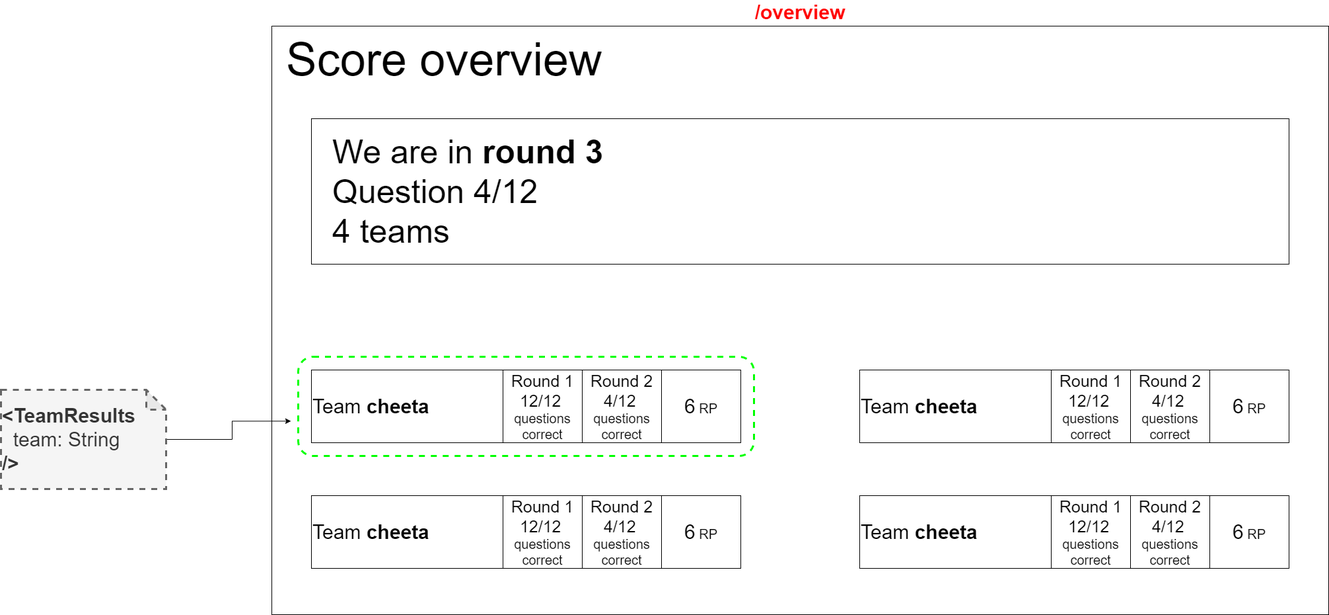
The draw.io diagram docs/wireframes-with-react-components/scoreboard-overview.png in IkBenDeSjaak/Quizzer, before a commit. Source tidied: cells renumbered, new cells last; positions are measured from the earlier drawing's top-left corner, leaving out a move shared by most shapes.
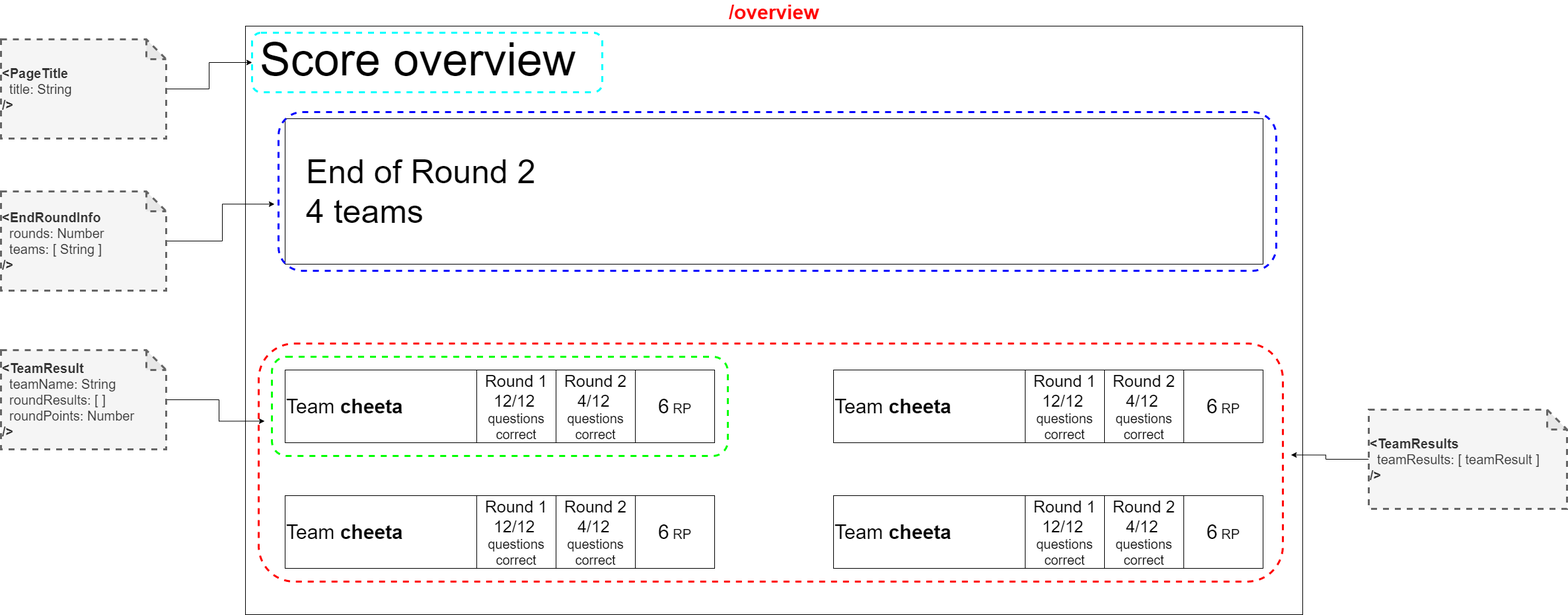
After the change.

The edit, as a diff of the source:
```diff
@@ -20,7 +20,7 @@
     <mxCell id="7" style="rounded=0;whiteSpace=wrap;html=1;" parent="1" vertex="1">
       <mxGeometry x="470" y="140" width="1480" height="220" as="geometry" />
     </mxCell>
-    <mxCell id="8" value="&lt;font style=&quot;font-size: 50px&quot;&gt;We are in &lt;b&gt;round 3&lt;/b&gt;&lt;br&gt;Question 4/12&lt;br&gt;4 teams&lt;br&gt;&lt;/font&gt;" style="text;html=1;strokeColor=none;fillColor=none;align=left;verticalAlign=middle;whiteSpace=wrap;rounded=0;" parent="1" vertex="1">
+    <mxCell id="8" value="&lt;font style=&quot;font-size: 50px&quot;&gt;End of Round 2&lt;br&gt;4 teams&lt;br&gt;&lt;/font&gt;" style="text;html=1;strokeColor=none;fillColor=none;align=left;verticalAlign=middle;whiteSpace=wrap;rounded=0;" parent="1" vertex="1">
       <mxGeometry x="500" y="140" width="490" height="220" as="geometry" />
     </mxCell>
     <mxCell id="9" value="&lt;font style=&quot;font-size: 25px&quot;&gt;Round 2&lt;br&gt;4/12&lt;/font&gt;&lt;font style=&quot;font-size: 20px&quot;&gt;&amp;nbsp;&lt;br&gt;questions correct&lt;/font&gt;" style="rounded=0;whiteSpace=wrap;html=1;" parent="1" vertex="1">
@@ -68,8 +68,35 @@
     <mxCell id="23" style="edgeStyle=orthogonalEdgeStyle;rounded=0;jettySize=auto;html=1;entryX=-0.016;entryY=0.649;entryDx=0;entryDy=0;entryPerimeter=0;" parent="1" edge="1" source="24" target="22">
       <mxGeometry relative="1" as="geometry" />
     </mxCell>
-    <mxCell id="24" value="&lt;b&gt;&amp;lt;TeamResults&lt;/b&gt;&lt;br&gt;&amp;nbsp; team: String&lt;br&gt;&lt;b&gt;/&amp;gt;&lt;/b&gt;" style="shape=note;whiteSpace=wrap;html=1;backgroundOutline=1;darkOpacity=0.05;dashed=1;strokeWidth=3;fillColor=#f5f5f5;strokeColor=#666666;fontColor=#333333;align=left;fontSize=30;" parent="1" vertex="1">
-      <mxGeometry y="550" width="250" height="150" as="geometry" />
+    <mxCell id="24" value="&lt;b style=&quot;font-size: 20px&quot;&gt;&amp;lt;TeamResult&lt;/b&gt;&lt;br style=&quot;font-size: 20px&quot;&gt;&amp;nbsp; teamName: String&lt;br&gt;&amp;nbsp; roundResults: [ ]&lt;br&gt;&amp;nbsp; roundPoints: Number&lt;br style=&quot;font-size: 20px&quot;&gt;&lt;b style=&quot;font-size: 20px&quot;&gt;/&amp;gt;&lt;/b&gt;" style="shape=note;whiteSpace=wrap;html=1;backgroundOutline=1;darkOpacity=0.05;dashed=1;strokeWidth=3;fillColor=#f5f5f5;strokeColor=#666666;fontColor=#333333;align=left;fontSize=20;" parent="1" vertex="1">
+      <mxGeometry x="40" y="490" width="250" height="150" as="geometry" />
     </mxCell>
+    <mxCell id="25" style="rounded=1;whiteSpace=wrap;html=1;fontSize=20;fillColor=none;dashed=1;strokeColor=#FF0000;strokeWidth=3;" parent="1" vertex="1">
+      <mxGeometry x="430" y="480" width="1550" height="360" as="geometry" />
+    </mxCell>
+    <mxCell id="26" style="edgeStyle=orthogonalEdgeStyle;rounded=0;jettySize=auto;html=1;entryX=1.008;entryY=0.468;entryDx=0;entryDy=0;entryPerimeter=0;fontSize=20;" parent="1" edge="1" source="27" target="25">
+      <mxGeometry relative="1" as="geometry" />
+    </mxCell>
+    <mxCell id="27" value="&lt;b style=&quot;font-size: 20px&quot;&gt;&amp;lt;TeamResults&lt;/b&gt;&lt;br style=&quot;font-size: 20px&quot;&gt;&amp;nbsp; teamResults: [ teamResult ]&lt;br style=&quot;font-size: 20px&quot;&gt;&lt;b style=&quot;font-size: 20px&quot;&gt;/&amp;gt;&lt;/b&gt;" style="shape=note;whiteSpace=wrap;html=1;backgroundOutline=1;darkOpacity=0.05;dashed=1;strokeWidth=3;fillColor=#f5f5f5;strokeColor=#666666;fontColor=#333333;align=left;fontSize=20;" parent="1" vertex="1">
+      <mxGeometry x="2110" y="580" width="300" height="150" as="geometry" />
+    </mxCell>
+    <mxCell id="28" style="rounded=1;whiteSpace=wrap;html=1;dashed=1;strokeWidth=3;fillColor=none;fontSize=20;strokeColor=#00FFFF;" parent="1" vertex="1">
+      <mxGeometry x="420" y="10" width="530" height="90" as="geometry" />
+    </mxCell>
+    <mxCell id="29" style="edgeStyle=orthogonalEdgeStyle;rounded=0;jettySize=auto;html=1;entryX=0;entryY=0.5;entryDx=0;entryDy=0;fontSize=20;" parent="1" edge="1" source="30" target="28">
+      <mxGeometry relative="1" as="geometry" />
+    </mxCell>
+    <mxCell id="30" value="&lt;b style=&quot;font-size: 20px&quot;&gt;&amp;lt;PageTitle&lt;/b&gt;&lt;br style=&quot;font-size: 20px&quot;&gt;&amp;nbsp; title: String&lt;br style=&quot;font-size: 20px&quot;&gt;&lt;b style=&quot;font-size: 20px&quot;&gt;/&amp;gt;&lt;/b&gt;" style="shape=note;whiteSpace=wrap;html=1;backgroundOutline=1;darkOpacity=0.05;dashed=1;strokeWidth=3;fillColor=#f5f5f5;strokeColor=#666666;fontColor=#333333;align=left;fontSize=20;" parent="1" vertex="1">
+      <mxGeometry x="40" y="20" width="250" height="150" as="geometry" />
+    </mxCell>
+    <mxCell id="31" style="rounded=1;whiteSpace=wrap;html=1;dashed=1;strokeWidth=3;fillColor=none;fontSize=20;strokeColor=#0000FF;" parent="1" vertex="1">
+      <mxGeometry x="460" y="130" width="1510" height="240" as="geometry" />
+    </mxCell>
+    <mxCell id="32" style="edgeStyle=orthogonalEdgeStyle;rounded=0;jettySize=auto;html=1;entryX=-0.004;entryY=0.58;entryDx=0;entryDy=0;entryPerimeter=0;fontSize=20;" parent="1" edge="1" source="33" target="31">
+      <mxGeometry relative="1" as="geometry" />
+    </mxCell>
+    <mxCell id="33" value="&lt;b style=&quot;font-size: 20px&quot;&gt;&amp;lt;EndRoundInfo&lt;/b&gt;&lt;br style=&quot;font-size: 20px&quot;&gt;&amp;nbsp; rounds: Number&lt;br&gt;&amp;nbsp; teams: [ String ]&amp;nbsp;&lt;br style=&quot;font-size: 20px&quot;&gt;&lt;b style=&quot;font-size: 20px&quot;&gt;/&amp;gt;&lt;/b&gt;" style="shape=note;whiteSpace=wrap;html=1;backgroundOutline=1;darkOpacity=0.05;dashed=1;strokeWidth=3;fillColor=#f5f5f5;strokeColor=#666666;fontColor=#333333;align=left;fontSize=20;" parent="1" vertex="1">
+      <mxGeometry x="40" y="250" width="250" height="150" as="geometry" />
+    </mxCell>
   </root>
 </mxGraphModel>
```
